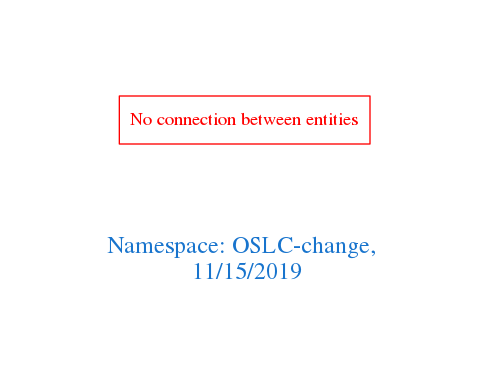
This is downloads/OSLC-change.png from arago/OGIT, a Graphviz export, as it was before one commit. Its source is kept beside it as downloads/OSLC-change.dot.
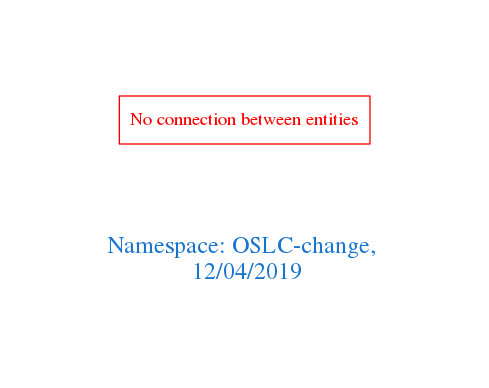
Above is the later version.

The edit, as a diff of the source:
```diff
@@ -1,7 +1,7 @@
 digraph OGIT_ontology {
  graph [ rankdir= LR,pad=1
 fontsize = 18,
-fontcolor= dodgerblue3,label = "\n\n\nNamespace: OSLC-change, \n 11/15/2019"];
+fontcolor= dodgerblue3,label = "\n\n\nNamespace: OSLC-change, \n 12/04/2019"];
 node[shape=polygon];
 edge [  color="gray81"];
 
```
